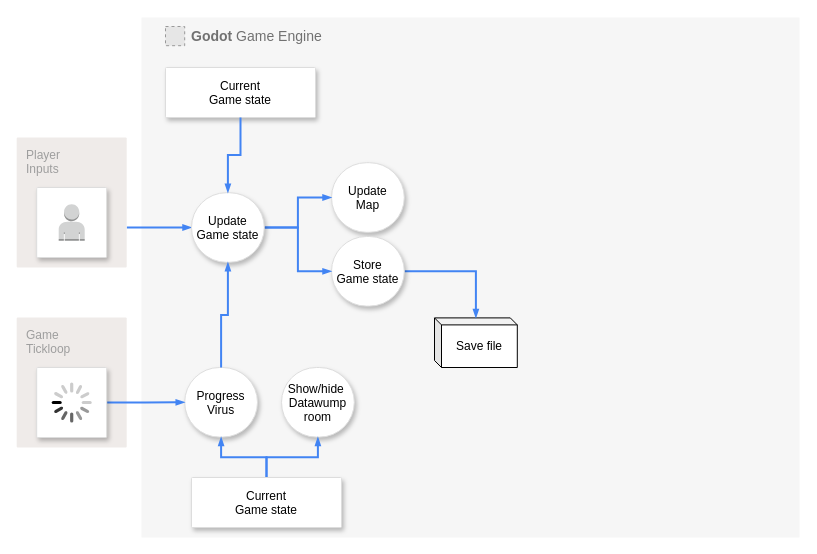
Above: doc/dfd_zero.drawio in ffernn-dev/wumpus (draw.io), before the change. Source tidied: cells renumbered, new cells numbered last; positions are measured from the earlier drawing's top-left corner, leaving out a move shared by most shapes. Both pictures are drawn from the tidied source at 100%, with x=0, y=0 at pixel (16, 17). Pictures stored in the file or linked from it are replaced by grey dashed boxes.
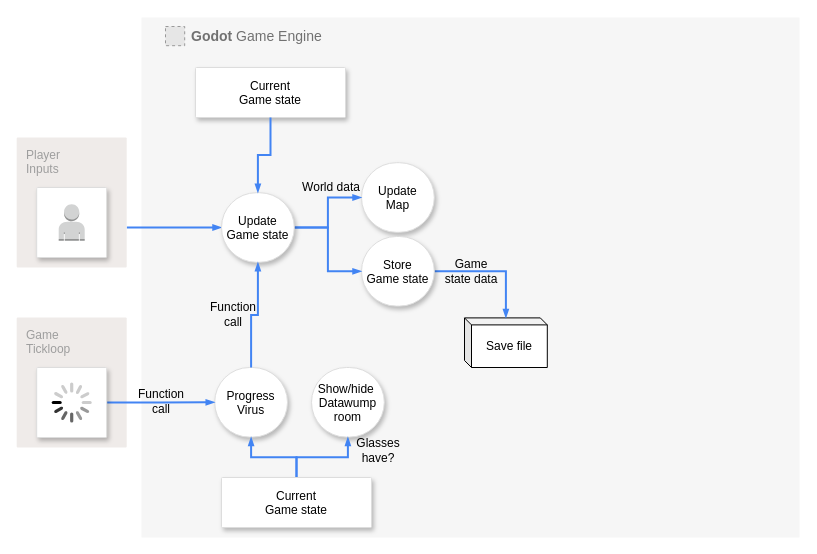
The same diagram, later.

The change refers to these unchanged cells:
```xml
<mxCell id="2" value="&lt;b&gt;Godot&amp;nbsp;&lt;/b&gt;Game Engine" style="fillColor=#F6F6F6;strokeColor=none;shadow=0;gradientColor=none;fontSize=14;align=left;spacing=10;fontColor=#717171;9E9E9E;verticalAlign=top;spacingTop=-4;fontStyle=0;spacingLeft=40;html=1;" parent="1" vertex="1">
  <mxGeometry x="125" width="658" height="520" as="geometry" />
</mxCell>
```

Change to the diagram source:
```diff
@@
     <mxCell id="4" value="Update&#10;Map" style="strokeColor=#dddddd;shadow=1;strokeWidth=1;rounded=1;absoluteArcSize=1;arcSize=130;" parent="2" vertex="1">
-      <mxGeometry x="190" y="145.2" width="72.8" height="69.6" as="geometry" />
+      <mxGeometry x="220" y="145.2" width="72.8" height="69.6" as="geometry" />
     </mxCell>
     <mxCell id="5" value="Progress&#10;Virus" style="strokeColor=#dddddd;shadow=1;strokeWidth=1;rounded=1;absoluteArcSize=1;arcSize=130;" parent="2" vertex="1">
-      <mxGeometry x="43.2" y="350" width="72.8" height="69.6" as="geometry" />
+      <mxGeometry x="73.2" y="350" width="72.8" height="69.6" as="geometry" />
     </mxCell>
     <mxCell id="6" value="Save file" style="shape=cube;whiteSpace=wrap;html=1;boundedLbl=1;backgroundOutline=1;darkOpacity=0.05;darkOpacity2=0.1;fontFamily=Helvetica;fontSize=12;fontColor=default;labelBackgroundColor=none;size=7;" parent="2" vertex="1">
-      <mxGeometry x="293" y="300.4" width="82.8" height="49.6" as="geometry" />
+      <mxGeometry x="323" y="300.4" width="82.8" height="49.6" as="geometry" />
     </mxCell>
@@
     <mxCell id="8" value="Store&#10;Game state" style="strokeColor=#dddddd;shadow=1;strokeWidth=1;rounded=1;absoluteArcSize=1;arcSize=130;" parent="2" vertex="1">
-      <mxGeometry x="190" y="219" width="72.8" height="69.6" as="geometry" />
+      <mxGeometry x="220" y="219" width="72.8" height="69.6" as="geometry" />
     </mxCell>
     <mxCell id="9" value="Current&#10;Game state" style="strokeColor=#dddddd;shadow=1;strokeWidth=1;rounded=1;absoluteArcSize=1;arcSize=2;" parent="2" vertex="1">
-      <mxGeometry x="24" y="50" width="150" height="50" as="geometry" />
+      <mxGeometry x="54" y="50" width="150" height="50" as="geometry" />
     </mxCell>
     <mxCell id="10" value="Show/hide &#10;Datawump&#10;room" style="strokeColor=#dddddd;shadow=1;strokeWidth=1;rounded=1;absoluteArcSize=1;arcSize=130;" parent="2" vertex="1">
-      <mxGeometry x="140" y="350" width="72.8" height="69.6" as="geometry" />
+      <mxGeometry x="170" y="350" width="72.8" height="69.6" as="geometry" />
     </mxCell>
@@
     <mxCell id="13" value="Current&#10;Game state" style="strokeColor=#dddddd;shadow=1;strokeWidth=1;rounded=1;absoluteArcSize=1;arcSize=2;" parent="2" vertex="1">
-      <mxGeometry x="50" y="460" width="150" height="50" as="geometry" />
+      <mxGeometry x="80" y="460" width="150" height="50" as="geometry" />
     </mxCell>
+    <mxCell id="27" value="Function call" style="text;html=1;align=center;verticalAlign=middle;whiteSpace=wrap;rounded=0;fontFamily=Helvetica;fontSize=12;fontColor=default;labelBackgroundColor=none;" parent="2" vertex="1">
+      <mxGeometry x="-10" y="369" width="60" height="30" as="geometry" />
+    </mxCell>
+    <mxCell id="28" value="World data" style="text;html=1;align=center;verticalAlign=middle;whiteSpace=wrap;rounded=0;fontFamily=Helvetica;fontSize=12;fontColor=default;labelBackgroundColor=none;" parent="2" vertex="1">
+      <mxGeometry x="160" y="155.2" width="60" height="30" as="geometry" />
+    </mxCell>
+    <mxCell id="29" value="Function call" style="text;html=1;align=center;verticalAlign=middle;whiteSpace=wrap;rounded=0;fontFamily=Helvetica;fontSize=12;fontColor=default;labelBackgroundColor=none;" parent="2" vertex="1">
+      <mxGeometry x="62" y="282" width="60" height="30" as="geometry" />
+    </mxCell>
+    <mxCell id="30" value="Glasses have?" style="text;html=1;align=center;verticalAlign=middle;whiteSpace=wrap;rounded=0;fontFamily=Helvetica;fontSize=12;fontColor=default;labelBackgroundColor=none;" parent="2" vertex="1">
+      <mxGeometry x="207" y="417.6" width="60" height="30" as="geometry" />
+    </mxCell>
@@
     <mxCell id="19" value="Update&#10;Game state" style="strokeColor=#dddddd;shadow=1;strokeWidth=1;rounded=1;absoluteArcSize=1;arcSize=130;" parent="1" vertex="1">
-      <mxGeometry x="175" y="175.2" width="72.8" height="69.6" as="geometry" />
+      <mxGeometry x="205" y="175.2" width="72.8" height="69.6" as="geometry" />
     </mxCell>
@@
+    <mxCell id="31" value="Game state data" style="text;html=1;align=center;verticalAlign=middle;whiteSpace=wrap;rounded=0;fontFamily=Helvetica;fontSize=12;fontColor=default;labelBackgroundColor=none;" parent="1" vertex="1">
+      <mxGeometry x="425" y="239" width="60" height="30" as="geometry" />
+    </mxCell>
```
